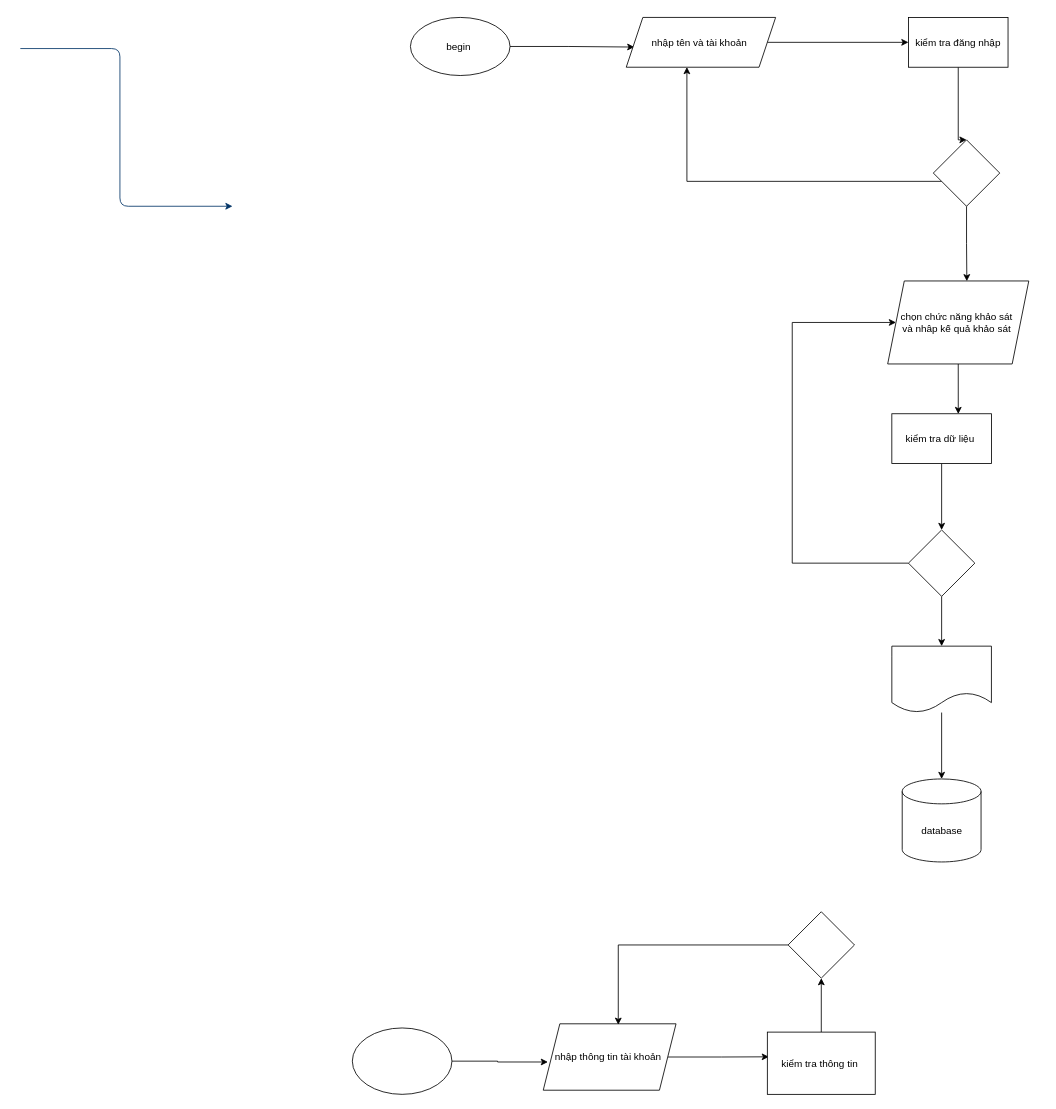
The draw.io diagram img/Copy of Untitled Diagram.drawio in ngvtai/KLTN, before the edit. Source tidied: cells renumbered, new cells numbered last; positions are measured from the earlier drawing's top-left corner, leaving out a move shared by most shapes. Both pictures are drawn from the tidied source at 83%, with x=0, y=0 at pixel (20, 17).
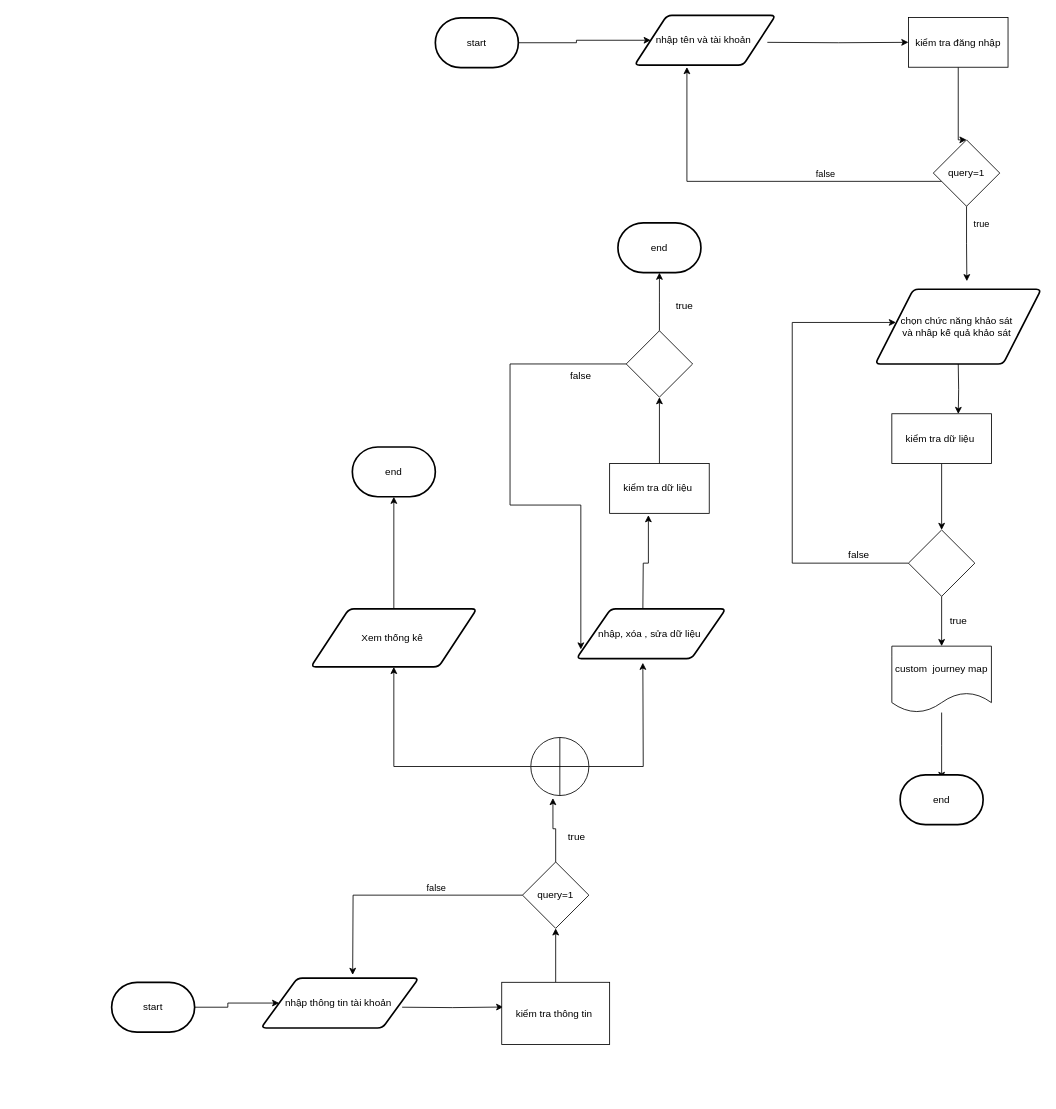
After the change.

The change refers to these unchanged cells:
```xml
<mxCell id="8" value="kiểm tra đăng nhập" style="rounded=0;whiteSpace=wrap;html=1;" parent="1" vertex="1">
  <mxGeometry x="1070" y="0.5" width="120" height="60" as="geometry" />
</mxCell>
<mxCell id="15" value="kiểm tra dữ liệu&amp;nbsp;" style="rounded=0;whiteSpace=wrap;html=1;" parent="1" vertex="1">
  <mxGeometry x="1050" y="478" width="120" height="60" as="geometry" />
</mxCell>
<mxCell id="18" style="rhombus;whiteSpace=wrap;html=1;" parent="1" vertex="1">
  <mxGeometry x="1070" y="618" width="80" height="80" as="geometry" />
</mxCell>
```

Diff of the diagram source:
```diff
@@
-    <mxCell id="2" style="edgeStyle=elbowEdgeStyle;elbow=horizontal;exitX=0;exitY=0.5;exitPerimeter=0;entryX=0.095;entryY=0.5;entryPerimeter=0;fontStyle=1;strokeColor=#003366;strokeWidth=1;html=1;" parent="1" edge="1">
-      <mxGeometry as="geometry">
-        <mxPoint y="38" as="sourcePoint" />
-        <mxPoint x="255.6" y="228" as="targetPoint" />
-        <Array as="points">
-          <mxPoint x="120" y="908" />
-        </Array>
-      </mxGeometry>
-    </mxCell>
-    <mxCell id="3" style="edgeStyle=orthogonalEdgeStyle;rounded=0;jettySize=auto;html=1;exitX=1;exitY=0.5;exitDx=0;exitDy=0;entryX=0.054;entryY=0.595;entryDx=0;entryDy=0;entryPerimeter=0;" parent="1" edge="1" source="4" target="6">
-      <mxGeometry relative="1" as="geometry" />
-    </mxCell>
-    <mxCell id="4" value="begin&amp;nbsp;" style="ellipse;whiteSpace=wrap;html=1;" parent="1" vertex="1">
-      <mxGeometry x="470" y="0.5" width="120" height="70" as="geometry" />
-    </mxCell>
-    <mxCell id="5" style="edgeStyle=orthogonalEdgeStyle;rounded=0;jettySize=auto;html=1;exitX=1;exitY=0.5;exitDx=0;exitDy=0;entryX=0;entryY=0.5;entryDx=0;entryDy=0;" parent="1" edge="1" source="6" target="8">
-      <mxGeometry relative="1" as="geometry" />
+    <mxCell id="5" style="edgeStyle=orthogonalEdgeStyle;rounded=0;jettySize=auto;html=1;exitX=1;exitY=0.5;exitDx=0;exitDy=0;entryX=0;entryY=0.5;entryDx=0;entryDy=0;" parent="1" edge="1" target="8">
+      <mxGeometry relative="1" as="geometry">
+        <mxPoint x="900" y="30.5" as="sourcePoint" />
+      </mxGeometry>
     </mxCell>
-    <mxCell id="6" value="nhập tên và tài khoản&amp;nbsp;" style="shape=parallelogram;perimeter=parallelogramPerimeter;whiteSpace=wrap;html=1;fixedSize=1;" parent="1" vertex="1">
-      <mxGeometry x="730" y="0.5" width="180" height="60" as="geometry" />
-    </mxCell>
@@
-    <mxCell id="9" style="edgeStyle=orthogonalEdgeStyle;rounded=0;jettySize=auto;html=1;entryX=0.406;entryY=0.997;entryDx=0;entryDy=0;entryPerimeter=0;" parent="1" edge="1" source="11" target="6">
+    <mxCell id="9" style="edgeStyle=orthogonalEdgeStyle;rounded=0;jettySize=auto;html=1;entryX=0.406;entryY=0.997;entryDx=0;entryDy=0;entryPerimeter=0;" parent="1" edge="1" source="11">
       <mxGeometry relative="1" as="geometry">
+        <mxPoint x="803.1" y="60.3" as="targetPoint" />
         <Array as="points">
           <mxPoint x="803" y="198" />
         </Array>
       </mxGeometry>
     </mxCell>
+    <mxCell id="30" value="false" style="edgeLabel;html=1;align=center;verticalAlign=middle;" parent="9" vertex="1">
+      <mxGeometry x="0.06" y="-3" relative="1" as="geometry">
+        <mxPoint x="95" y="-7" as="offset" />
+      </mxGeometry>
+    </mxCell>
-    <mxCell id="10" style="edgeStyle=orthogonalEdgeStyle;rounded=0;jettySize=auto;html=1;exitX=0.5;exitY=1;exitDx=0;exitDy=0;entryX=0.561;entryY=0.003;entryDx=0;entryDy=0;entryPerimeter=0;" parent="1" edge="1" source="11" target="13">
-      <mxGeometry relative="1" as="geometry" />
+    <mxCell id="10" style="edgeStyle=orthogonalEdgeStyle;rounded=0;jettySize=auto;html=1;exitX=0.5;exitY=1;exitDx=0;exitDy=0;entryX=0.561;entryY=0.003;entryDx=0;entryDy=0;entryPerimeter=0;" parent="1" edge="1" source="11">
+      <mxGeometry relative="1" as="geometry">
+        <mxPoint x="1140.4" y="318.3" as="targetPoint" />
+      </mxGeometry>
     </mxCell>
+    <mxCell id="31" value="true" style="edgeLabel;html=1;align=center;verticalAlign=middle;" parent="10" vertex="1">
+      <mxGeometry x="-0.27" y="2" relative="1" as="geometry">
+        <mxPoint x="15" y="-13" as="offset" />
+      </mxGeometry>
+    </mxCell>
-    <mxCell id="11" style="rhombus;whiteSpace=wrap;html=1;" parent="1" vertex="1">
+    <mxCell id="11" value="query=1" style="rhombus;whiteSpace=wrap;html=1;" parent="1" vertex="1">
       <mxGeometry x="1100" y="148" width="80" height="80" as="geometry" />
     </mxCell>
-    <mxCell id="12" style="edgeStyle=orthogonalEdgeStyle;rounded=0;jettySize=auto;html=1;exitX=0.5;exitY=1;exitDx=0;exitDy=0;entryX=0.667;entryY=0.005;entryDx=0;entryDy=0;entryPerimeter=0;" parent="1" edge="1" source="13" target="15">
-      <mxGeometry relative="1" as="geometry" />
+    <mxCell id="12" style="edgeStyle=orthogonalEdgeStyle;rounded=0;jettySize=auto;html=1;exitX=0.5;exitY=1;exitDx=0;exitDy=0;entryX=0.667;entryY=0.005;entryDx=0;entryDy=0;entryPerimeter=0;" parent="1" edge="1" target="15">
+      <mxGeometry relative="1" as="geometry">
+        <mxPoint x="1130" y="418" as="sourcePoint" />
+      </mxGeometry>
     </mxCell>
-    <mxCell id="13" value="chọn chức năng khảo sát&amp;nbsp;&lt;br&gt;và nhâp kế quả khảo sát&amp;nbsp;" style="shape=parallelogram;perimeter=parallelogramPerimeter;whiteSpace=wrap;html=1;fixedSize=1;" parent="1" vertex="1">
-      <mxGeometry x="1045" y="318" width="170" height="100" as="geometry" />
-    </mxCell>
@@
-    <mxCell id="16" style="edgeStyle=orthogonalEdgeStyle;rounded=0;jettySize=auto;html=1;exitX=0;exitY=0.5;exitDx=0;exitDy=0;" parent="1" edge="1" source="18" target="13">
+    <mxCell id="16" style="edgeStyle=orthogonalEdgeStyle;rounded=0;jettySize=auto;html=1;exitX=0;exitY=0.5;exitDx=0;exitDy=0;" parent="1" edge="1" source="18">
       <mxGeometry relative="1" as="geometry">
+        <mxPoint x="1055" y="368" as="targetPoint" />
         <Array as="points">
           <mxPoint x="930" y="658" />
           <mxPoint x="930" y="368" />
         </Array>
       </mxGeometry>
     </mxCell>
@@
-    <mxCell id="19" value="database" style="shape=cylinder3;whiteSpace=wrap;html=1;boundedLbl=1;backgroundOutline=1;size=15;" parent="1" vertex="1">
-      <mxGeometry x="1062.5" y="918" width="95" height="100" as="geometry" />
-    </mxCell>
-    <mxCell id="20" style="edgeStyle=orthogonalEdgeStyle;rounded=0;jettySize=auto;html=1;entryX=0.5;entryY=0;entryDx=0;entryDy=0;entryPerimeter=0;" parent="1" edge="1" source="21" target="19">
-      <mxGeometry relative="1" as="geometry" />
+    <mxCell id="20" style="edgeStyle=orthogonalEdgeStyle;rounded=0;jettySize=auto;html=1;entryX=0.5;entryY=0;entryDx=0;entryDy=0;entryPerimeter=0;" parent="1" edge="1" source="21">
+      <mxGeometry relative="1" as="geometry">
+        <mxPoint x="1110" y="918" as="targetPoint" />
+      </mxGeometry>
     </mxCell>
-    <mxCell id="21" style="shape=document;whiteSpace=wrap;html=1;boundedLbl=1;" parent="1" vertex="1">
+    <mxCell id="21" value="custom&amp;nbsp; journey map" style="shape=document;whiteSpace=wrap;html=1;boundedLbl=1;" parent="1" vertex="1">
       <mxGeometry x="1050" y="758" width="120" height="80" as="geometry" />
     </mxCell>
-    <mxCell id="22" style="edgeStyle=orthogonalEdgeStyle;rounded=0;jettySize=auto;html=1;exitX=1;exitY=0.5;exitDx=0;exitDy=0;entryX=0.035;entryY=0.575;entryDx=0;entryDy=0;entryPerimeter=0;" parent="1" edge="1" source="23" target="25">
-      <mxGeometry relative="1" as="geometry" />
-    </mxCell>
-    <mxCell id="23" style="ellipse;whiteSpace=wrap;html=1;" parent="1" vertex="1">
-      <mxGeometry x="400" y="1218" width="120" height="80" as="geometry" />
-    </mxCell>
-    <mxCell id="24" style="edgeStyle=orthogonalEdgeStyle;rounded=0;jettySize=auto;html=1;exitX=1;exitY=0.5;exitDx=0;exitDy=0;entryX=0.014;entryY=0.397;entryDx=0;entryDy=0;entryPerimeter=0;" parent="1" edge="1" source="25" target="27">
-      <mxGeometry relative="1" as="geometry" />
+    <mxCell id="24" style="edgeStyle=orthogonalEdgeStyle;rounded=0;jettySize=auto;html=1;exitX=1;exitY=0.5;exitDx=0;exitDy=0;entryX=0.014;entryY=0.397;entryDx=0;entryDy=0;entryPerimeter=0;" parent="1" edge="1" target="27">
+      <mxGeometry relative="1" as="geometry">
+        <mxPoint x="460" y="1193" as="sourcePoint" />
+      </mxGeometry>
     </mxCell>
-    <mxCell id="25" value="nhập thông tin tài khoản&amp;nbsp;" style="shape=parallelogram;perimeter=parallelogramPerimeter;whiteSpace=wrap;html=1;fixedSize=1;" parent="1" vertex="1">
-      <mxGeometry x="630" y="1213" width="160" height="80" as="geometry" />
-    </mxCell>
@@
     <mxCell id="27" value="kiểm tra thông tin&amp;nbsp;" style="rounded=0;whiteSpace=wrap;html=1;" parent="1" vertex="1">
-      <mxGeometry x="900" y="1223" width="130" height="75" as="geometry" />
+      <mxGeometry x="580" y="1163" width="130" height="75" as="geometry" />
     </mxCell>
-    <mxCell id="28" style="edgeStyle=orthogonalEdgeStyle;rounded=0;jettySize=auto;html=1;entryX=0.565;entryY=0.014;entryDx=0;entryDy=0;entryPerimeter=0;" parent="1" edge="1" source="29" target="25">
-      <mxGeometry relative="1" as="geometry" />
+    <mxCell id="28" style="edgeStyle=orthogonalEdgeStyle;rounded=0;jettySize=auto;html=1;entryX=0.565;entryY=0.014;entryDx=0;entryDy=0;entryPerimeter=0;" parent="1" edge="1" source="29">
+      <mxGeometry relative="1" as="geometry">
+        <mxPoint x="400.4" y="1154.1" as="targetPoint" />
+      </mxGeometry>
     </mxCell>
+    <mxCell id="32" value="false" style="edgeLabel;html=1;align=center;verticalAlign=middle;" parent="28" vertex="1">
+      <mxGeometry x="-0.2" relative="1" as="geometry">
+        <mxPoint x="15" y="-10" as="offset" />
+      </mxGeometry>
+    </mxCell>
+    <mxCell id="33" style="edgeStyle=orthogonalEdgeStyle;rounded=0;jettySize=auto;html=1;entryX=0.381;entryY=1.043;entryDx=0;entryDy=0;entryPerimeter=0;" parent="1" edge="1" source="29" target="47">
+      <mxGeometry relative="1" as="geometry" />
+    </mxCell>
-    <mxCell id="29" style="rhombus;whiteSpace=wrap;html=1;" parent="1" vertex="1">
-      <mxGeometry x="925" y="1078" width="80" height="80" as="geometry" />
+    <mxCell id="29" value="query=1" style="rhombus;whiteSpace=wrap;html=1;" parent="1" vertex="1">
+      <mxGeometry x="605" y="1018" width="80" height="80" as="geometry" />
     </mxCell>
+    <mxCell id="34" value="false" style="text;html=1;align=center;verticalAlign=middle;strokeColor=none;fillColor=none;" parent="1" vertex="1">
+      <mxGeometry x="985" y="633" width="50" height="30" as="geometry" />
+    </mxCell>
+    <mxCell id="35" value="true" style="text;html=1;align=center;verticalAlign=middle;strokeColor=none;fillColor=none;" parent="1" vertex="1">
+      <mxGeometry x="1110" y="713" width="40" height="30" as="geometry" />
+    </mxCell>
+    <mxCell id="36" value="true" style="text;html=1;align=center;verticalAlign=middle;strokeColor=none;fillColor=none;" parent="1" vertex="1">
+      <mxGeometry x="650" y="973" width="40" height="30" as="geometry" />
+    </mxCell>
+    <mxCell id="37" style="edgeStyle=orthogonalEdgeStyle;rounded=0;jettySize=auto;html=1;entryX=0.389;entryY=1.036;entryDx=0;entryDy=0;entryPerimeter=0;" parent="1" edge="1" target="39">
+      <mxGeometry relative="1" as="geometry">
+        <mxPoint x="750" y="718" as="sourcePoint" />
+      </mxGeometry>
+    </mxCell>
+    <mxCell id="38" style="edgeStyle=orthogonalEdgeStyle;rounded=0;jettySize=auto;html=1;entryX=0.5;entryY=1;entryDx=0;entryDy=0;" parent="1" edge="1" source="39" target="42">
+      <mxGeometry relative="1" as="geometry" />
+    </mxCell>
+    <mxCell id="39" value="kiểm tra dữ liệu&amp;nbsp;" style="rounded=0;whiteSpace=wrap;html=1;" parent="1" vertex="1">
+      <mxGeometry x="710" y="538" width="120" height="60" as="geometry" />
+    </mxCell>
+    <mxCell id="40" style="edgeStyle=orthogonalEdgeStyle;rounded=0;jettySize=auto;html=1;entryX=0;entryY=0.75;entryDx=0;entryDy=0;" parent="1" edge="1" source="42">
+      <mxGeometry relative="1" as="geometry">
+        <mxPoint x="675.3" y="762" as="targetPoint" />
+        <Array as="points">
+          <mxPoint x="590" y="418" />
+          <mxPoint x="590" y="588" />
+          <mxPoint x="675" y="588" />
+        </Array>
+      </mxGeometry>
+    </mxCell>
+    <mxCell id="41" style="edgeStyle=orthogonalEdgeStyle;rounded=0;jettySize=auto;html=1;entryX=0.5;entryY=1;entryDx=0;entryDy=0;" parent="1" edge="1" source="42">
+      <mxGeometry relative="1" as="geometry">
+        <mxPoint x="770" y="308" as="targetPoint" />
+      </mxGeometry>
+    </mxCell>
+    <mxCell id="42" style="rhombus;whiteSpace=wrap;html=1;" parent="1" vertex="1">
+      <mxGeometry x="730" y="378" width="80" height="80" as="geometry" />
+    </mxCell>
+    <mxCell id="43" value="false" style="text;html=1;align=center;verticalAlign=middle;strokeColor=none;fillColor=none;" parent="1" vertex="1">
+      <mxGeometry x="650" y="418" width="50" height="30" as="geometry" />
+    </mxCell>
+    <mxCell id="44" value="true" style="text;html=1;align=center;verticalAlign=middle;strokeColor=none;fillColor=none;" parent="1" vertex="1">
+      <mxGeometry x="780" y="333" width="40" height="30" as="geometry" />
+    </mxCell>
+    <mxCell id="45" style="edgeStyle=orthogonalEdgeStyle;rounded=0;jettySize=auto;html=1;entryX=0.5;entryY=1;entryDx=0;entryDy=0;" parent="1" edge="1" source="47">
+      <mxGeometry relative="1" as="geometry">
+        <mxPoint x="750" y="778" as="targetPoint" />
+      </mxGeometry>
+    </mxCell>
+    <mxCell id="46" style="edgeStyle=orthogonalEdgeStyle;rounded=0;jettySize=auto;html=1;" parent="1" edge="1" source="47" target="56">
+      <mxGeometry relative="1" as="geometry" />
+    </mxCell>
+    <mxCell id="47" style="verticalLabelPosition=bottom;verticalAlign=top;html=1;shape=mxgraph.flowchart.summing_function;" parent="1" vertex="1">
+      <mxGeometry x="615" y="868" width="70" height="70" as="geometry" />
+    </mxCell>
+    <mxCell id="48" value="end" style="strokeWidth=2;html=1;shape=mxgraph.flowchart.terminator;whiteSpace=wrap;" parent="1" vertex="1">
+      <mxGeometry x="720" y="248" width="100" height="60" as="geometry" />
+    </mxCell>
+    <mxCell id="49" style="edgeStyle=orthogonalEdgeStyle;rounded=0;jettySize=auto;html=1;entryX=0;entryY=0.5;entryDx=0;entryDy=0;" parent="1" edge="1" source="50" target="25">
+      <mxGeometry relative="1" as="geometry" />
+    </mxCell>
+    <mxCell id="50" value="start" style="strokeWidth=2;html=1;shape=mxgraph.flowchart.terminator;whiteSpace=wrap;" parent="1" vertex="1">
+      <mxGeometry x="110" y="1163" width="100" height="60" as="geometry" />
+    </mxCell>
+    <mxCell id="51" style="edgeStyle=orthogonalEdgeStyle;rounded=0;jettySize=auto;html=1;" parent="1" edge="1" source="52" target="6">
+      <mxGeometry relative="1" as="geometry" />
+    </mxCell>
+    <mxCell id="52" value="start" style="strokeWidth=2;html=1;shape=mxgraph.flowchart.terminator;whiteSpace=wrap;" parent="1" vertex="1">
+      <mxGeometry x="500" y="1" width="100" height="60" as="geometry" />
+    </mxCell>
+    <mxCell id="53" value="end" style="strokeWidth=2;html=1;shape=mxgraph.flowchart.terminator;whiteSpace=wrap;" parent="1" vertex="1">
+      <mxGeometry x="1060" y="913" width="100" height="60" as="geometry" />
+    </mxCell>
+    <mxCell id="54" value="nhập, xóa , sửa dữ liệu&amp;nbsp;" style="shape=parallelogram;html=1;strokeWidth=2;perimeter=parallelogramPerimeter;whiteSpace=wrap;rounded=1;arcSize=12;size=0.23;" parent="1" vertex="1">
+      <mxGeometry x="670" y="713" width="180" height="60" as="geometry" />
+    </mxCell>
+    <mxCell id="13" value="chọn chức năng khảo sát&amp;nbsp;&lt;br&gt;và nhâp kế quả khảo sát&amp;nbsp;" style="shape=parallelogram;html=1;strokeWidth=2;perimeter=parallelogramPerimeter;whiteSpace=wrap;rounded=1;arcSize=12;size=0.23;" parent="1" vertex="1">
+      <mxGeometry x="1030" y="328" width="200" height="90" as="geometry" />
+    </mxCell>
+    <mxCell id="6" value="nhập tên và tài khoản&amp;nbsp;" style="shape=parallelogram;html=1;strokeWidth=2;perimeter=parallelogramPerimeter;whiteSpace=wrap;rounded=1;arcSize=12;size=0.23;" parent="1" vertex="1">
+      <mxGeometry x="740" y="-2" width="170" height="60" as="geometry" />
+    </mxCell>
+    <mxCell id="25" value="nhập thông tin tài khoản&amp;nbsp;" style="shape=parallelogram;html=1;strokeWidth=2;perimeter=parallelogramPerimeter;whiteSpace=wrap;rounded=1;arcSize=12;size=0.23;" parent="1" vertex="1">
+      <mxGeometry x="290" y="1158" width="190" height="60" as="geometry" />
+    </mxCell>
+    <mxCell id="55" style="edgeStyle=orthogonalEdgeStyle;rounded=0;jettySize=auto;html=1;entryX=0.5;entryY=1;entryDx=0;entryDy=0;entryPerimeter=0;" parent="1" edge="1" source="56" target="57">
+      <mxGeometry relative="1" as="geometry" />
+    </mxCell>
+    <mxCell id="56" value="Xem thống kê&amp;nbsp;" style="shape=parallelogram;html=1;strokeWidth=2;perimeter=parallelogramPerimeter;whiteSpace=wrap;rounded=1;arcSize=12;size=0.23;" parent="1" vertex="1">
+      <mxGeometry x="350" y="713" width="200" height="70" as="geometry" />
+    </mxCell>
+    <mxCell id="57" value="end" style="strokeWidth=2;html=1;shape=mxgraph.flowchart.terminator;whiteSpace=wrap;" parent="1" vertex="1">
+      <mxGeometry x="400" y="518" width="100" height="60" as="geometry" />
+    </mxCell>
```
